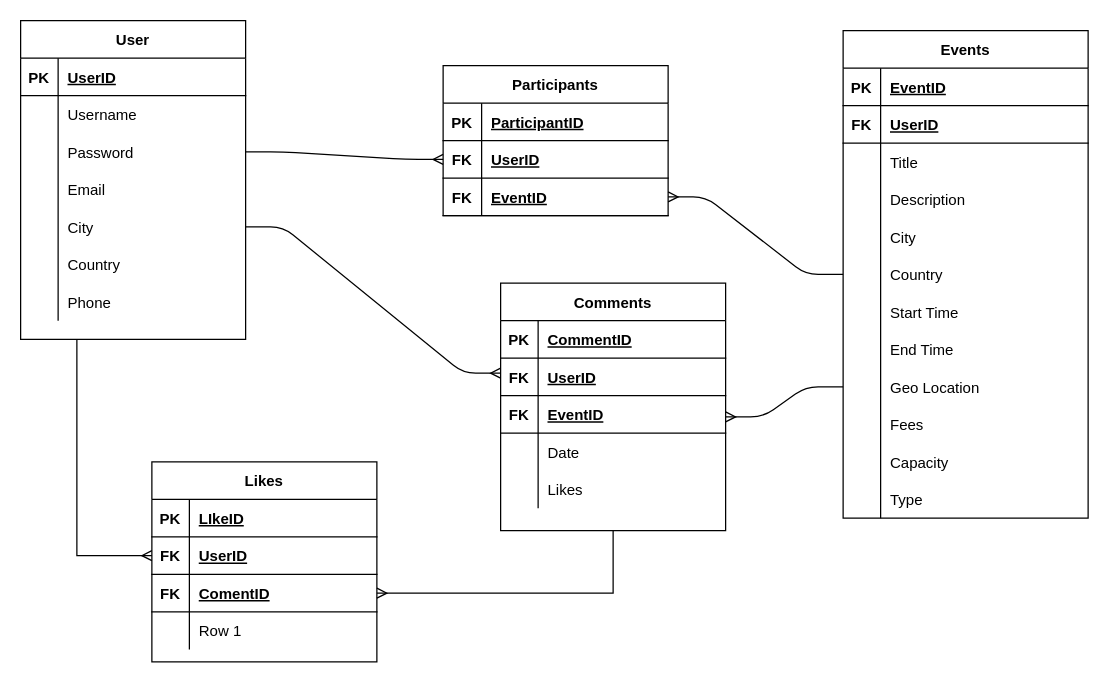
This is eventor.drawio from cruedo/Eventor, a draw.io file, before an edit. Source tidied: cells renumbered, new cells numbered last; positions are measured from the earlier drawing's top-left corner, leaving out a move shared by most shapes. Both pictures are drawn from the tidied source at 125%, with x=0, y=0 at pixel (20, 20).
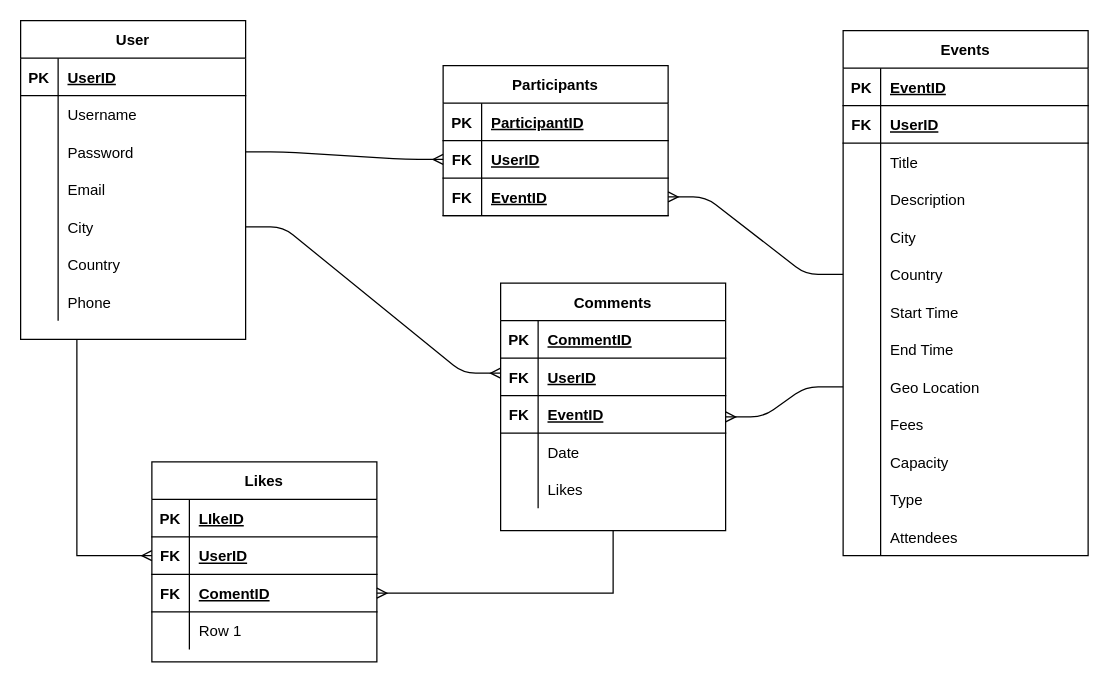
Above is the later version.

What changed in the source:
```diff
@@
     <mxCell id="25" value="Events" style="shape=table;startSize=30;childLayout=tableLayout;rowLines=0;fontStyle=1;align=center;" parent="1" vertex="1">
-      <mxGeometry x="658" y="8" width="196" height="390" as="geometry" />
+      <mxGeometry x="658" y="8" width="196" height="420" as="geometry" />
     </mxCell>
@@
+    <mxCell id="106" style="shape=partialRectangle;fillColor=none;top=0;left=0;bottom=0;right=0;" parent="25" vertex="1">
+      <mxGeometry y="390" width="196" height="30" as="geometry" />
+    </mxCell>
+    <mxCell id="107" style="shape=partialRectangle;fillColor=none;top=0;left=0;bottom=0;right=0;overflow=hidden;" parent="106" vertex="1">
+      <mxGeometry width="30" height="30" as="geometry" />
+    </mxCell>
+    <mxCell id="108" value="Attendees" style="shape=partialRectangle;fillColor=none;top=0;left=0;bottom=0;right=0;align=left;spacingLeft=6;overflow=hidden;" parent="106" vertex="1">
+      <mxGeometry x="30" width="166" height="30" as="geometry" />
+    </mxCell>
```
